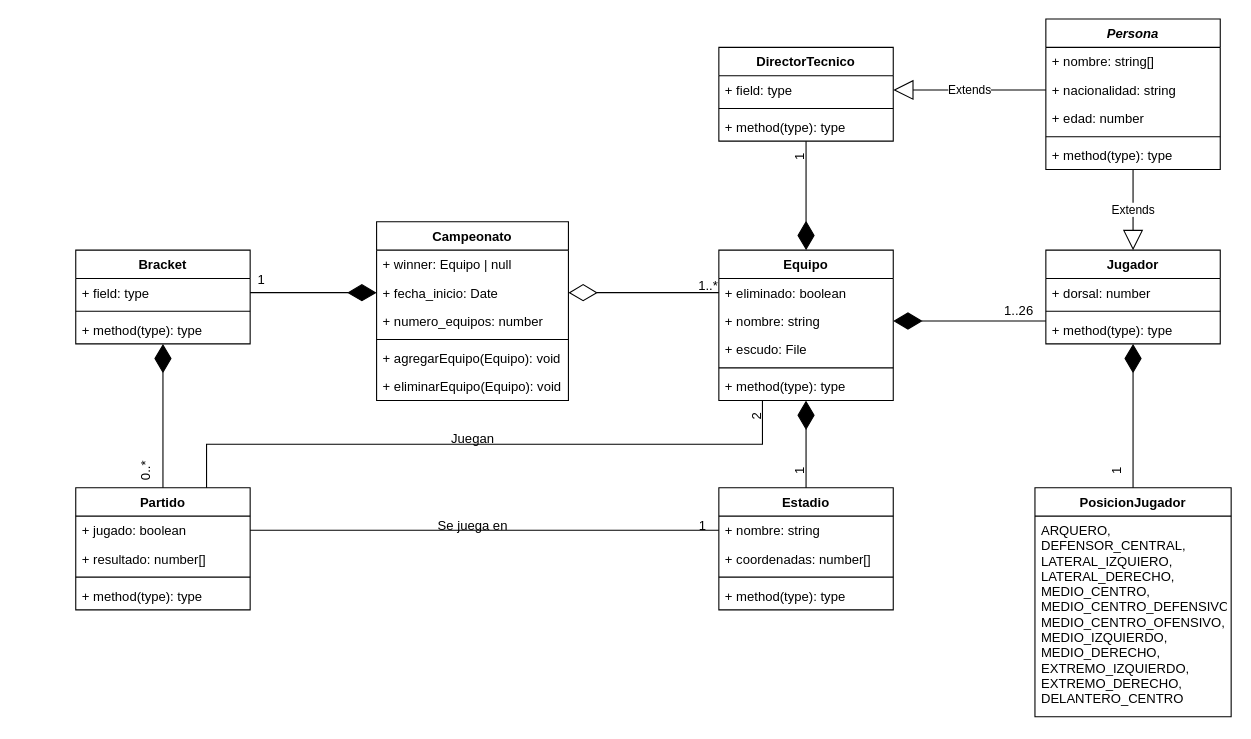
Above: doc/Sistema campeonato.drawio in joaquinmaier/campeonato-api (draw.io), before the change. Source tidied: cells renumbered, new cells numbered last; positions are measured from the earlier drawing's top-left corner, leaving out a move shared by most shapes. Both pictures are drawn from the tidied source at 109%, with x=0, y=0 at pixel (75, 19).
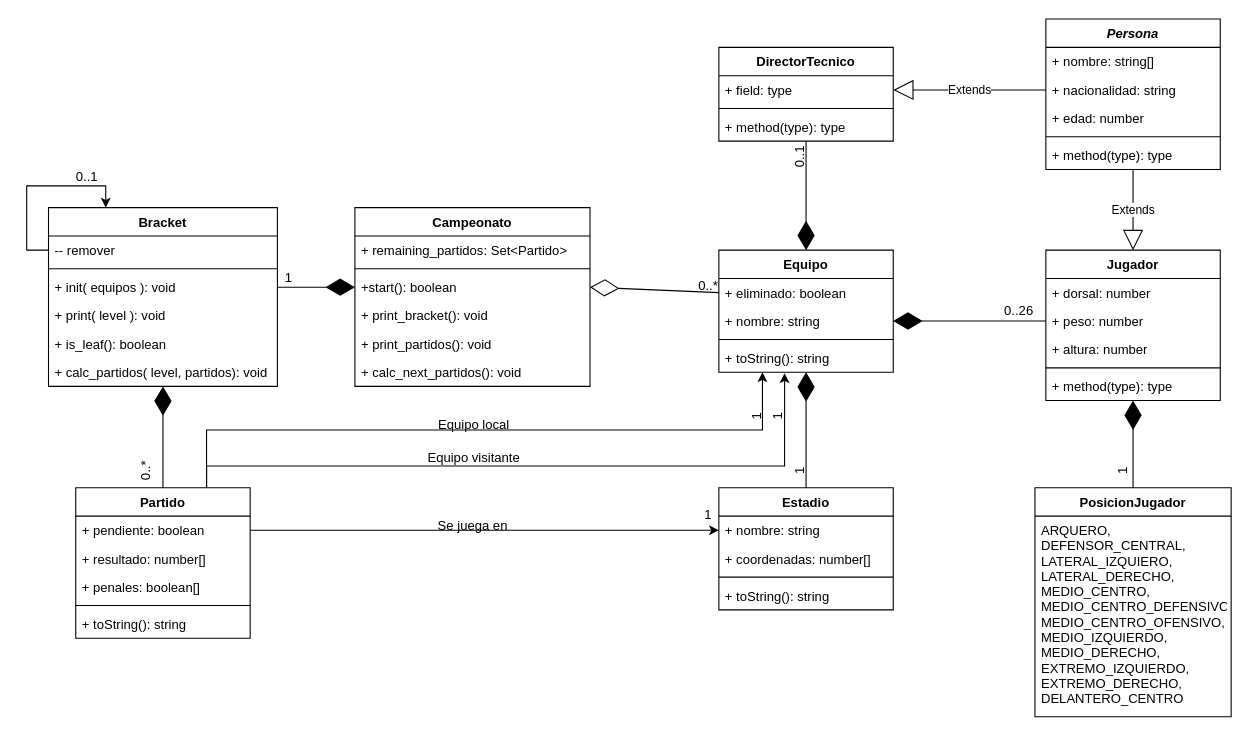
After the change.

Commit message (it also covers changes not shown here):
Campeonato IDs + improved UML

The change refers to these unchanged cells:
```xml
<mxCell id="10" value="+ eliminado: boolean" style="text;strokeColor=none;fillColor=none;align=left;verticalAlign=top;spacingLeft=4;spacingRight=4;overflow=hidden;points=[[0,0.5],[1,0.5]];portConstraint=eastwest;" parent="9" vertex="1">
  <mxGeometry y="26" width="160" height="26" as="geometry" />
</mxCell>
<mxCell id="44" value="Estadio" style="swimlane;fontStyle=1;align=center;verticalAlign=top;horizontal=1;startSize=26;" parent="1" vertex="1">
  <mxGeometry x="590" y="430" width="160" height="112" as="geometry" />
</mxCell>
<mxCell id="45" value="+ nombre: string" style="text;strokeColor=none;fillColor=none;align=left;verticalAlign=top;spacingLeft=4;spacingRight=4;overflow=hidden;points=[[0,0.5],[1,0.5]];portConstraint=eastwest;" parent="44" vertex="1">
  <mxGeometry y="26" width="160" height="26" as="geometry" />
</mxCell>
```

Diff of the diagram source:
```diff
@@
     <mxCell id="2" value="Campeonato" style="swimlane;fontStyle=1;align=center;verticalAlign=top;horizontal=1;startSize=26;" parent="1" vertex="1">
-      <mxGeometry x="276" y="186" width="176" height="164" as="geometry" />
+      <mxGeometry x="256.1" y="173" width="215.7" height="164" as="geometry" />
     </mxCell>
-    <mxCell id="3" value="+ winner: Equipo | null" style="text;strokeColor=none;fillColor=none;align=left;verticalAlign=top;spacingLeft=4;spacingRight=4;overflow=hidden;" parent="2" vertex="1">
-      <mxGeometry y="26" width="176" height="26" as="geometry" />
-    </mxCell>
-    <mxCell id="4" value="+ fecha_inicio: Date" style="text;strokeColor=none;fillColor=none;align=left;verticalAlign=top;spacingLeft=4;spacingRight=4;overflow=hidden;points=[[0,0.5],[1,0.5]];portConstraint=eastwest;" parent="2" vertex="1">
-      <mxGeometry y="52" width="176" height="26" as="geometry" />
-    </mxCell>
-    <mxCell id="5" value="+ numero_equipos: number" style="text;strokeColor=none;fillColor=none;align=left;verticalAlign=top;spacingLeft=4;spacingRight=4;overflow=hidden;" parent="2" vertex="1">
-      <mxGeometry y="78" width="176" height="26" as="geometry" />
+    <mxCell id="5" value="+ remaining_partidos: Set&lt;Partido&gt;" style="text;strokeColor=none;fillColor=none;align=left;verticalAlign=top;spacingLeft=4;spacingRight=4;overflow=hidden;" parent="2" vertex="1">
+      <mxGeometry y="26" width="215.7" height="26" as="geometry" />
     </mxCell>
     <mxCell id="6" style="line;strokeWidth=1;fillColor=none;align=left;verticalAlign=middle;spacingTop=-1;spacingLeft=3;spacingRight=3;labelPosition=right;strokeColor=inherit;" parent="2" vertex="1">
-      <mxGeometry y="104" width="176" height="8" as="geometry" />
+      <mxGeometry y="52" width="215.7" height="8" as="geometry" />
     </mxCell>
-    <mxCell id="7" value="+ agregarEquipo(Equipo): void" style="text;strokeColor=none;fillColor=none;align=left;verticalAlign=top;spacingLeft=4;spacingRight=4;overflow=hidden;points=[[0,0.5],[1,0.5]];portConstraint=eastwest;" parent="2" vertex="1">
-      <mxGeometry y="112" width="176" height="26" as="geometry" />
+    <mxCell id="7" value="+start(): boolean" style="text;strokeColor=none;fillColor=none;align=left;verticalAlign=top;spacingLeft=4;spacingRight=4;overflow=hidden;points=[[0,0.5],[1,0.5]];portConstraint=eastwest;" parent="2" vertex="1">
+      <mxGeometry y="60" width="215.7" height="26" as="geometry" />
     </mxCell>
-    <mxCell id="8" value="+ eliminarEquipo(Equipo): void" style="text;strokeColor=none;fillColor=none;align=left;verticalAlign=top;spacingLeft=4;spacingRight=4;overflow=hidden;" parent="2" vertex="1">
-      <mxGeometry y="138" width="176" height="26" as="geometry" />
+    <mxCell id="8" value="+ print_bracket(): void" style="text;strokeColor=none;fillColor=none;align=left;verticalAlign=top;spacingLeft=4;spacingRight=4;overflow=hidden;" parent="2" vertex="1">
+      <mxGeometry y="86" width="215.7" height="26" as="geometry" />
     </mxCell>
+    <mxCell id="67" value="+ print_partidos(): void" style="text;strokeColor=none;fillColor=none;align=left;verticalAlign=top;spacingLeft=4;spacingRight=4;overflow=hidden;" parent="2" vertex="1">
+      <mxGeometry y="112" width="215.7" height="26" as="geometry" />
+    </mxCell>
+    <mxCell id="68" value="+ calc_next_partidos(): void" style="text;strokeColor=none;fillColor=none;align=left;verticalAlign=top;spacingLeft=4;spacingRight=4;overflow=hidden;" parent="2" vertex="1">
+      <mxGeometry y="138" width="215.7" height="26" as="geometry" />
+    </mxCell>
     <mxCell id="9" value="Equipo" style="swimlane;fontStyle=1;align=center;verticalAlign=top;horizontal=1;startSize=26;" parent="1" vertex="1">
-      <mxGeometry x="590" y="212" width="160" height="138" as="geometry" />
+      <mxGeometry x="590" y="212" width="160" height="112" as="geometry" />
     </mxCell>
@@
-    <mxCell id="12" value="+ escudo: File" style="text;strokeColor=none;fillColor=none;align=left;verticalAlign=top;spacingLeft=4;spacingRight=4;overflow=hidden;" parent="9" vertex="1">
-      <mxGeometry y="78" width="160" height="26" as="geometry" />
-    </mxCell>
     <mxCell id="13" style="line;strokeWidth=1;fillColor=none;align=left;verticalAlign=middle;spacingTop=-1;spacingLeft=3;spacingRight=3;labelPosition=right;strokeColor=inherit;" parent="9" vertex="1">
-      <mxGeometry y="104" width="160" height="8" as="geometry" />
+      <mxGeometry y="78" width="160" height="8" as="geometry" />
     </mxCell>
-    <mxCell id="14" value="+ method(type): type" style="text;strokeColor=none;fillColor=none;align=left;verticalAlign=top;spacingLeft=4;spacingRight=4;overflow=hidden;points=[[0,0.5],[1,0.5]];portConstraint=eastwest;" parent="9" vertex="1">
-      <mxGeometry y="112" width="160" height="26" as="geometry" />
+    <mxCell id="14" value="+ toString(): string" style="text;strokeColor=none;fillColor=none;align=left;verticalAlign=top;spacingLeft=4;spacingRight=4;overflow=hidden;points=[[0,0.5],[1,0.5]];portConstraint=eastwest;" parent="9" vertex="1">
+      <mxGeometry y="86" width="160" height="26" as="geometry" />
     </mxCell>
-    <mxCell id="15" style="endArrow=diamondThin;endFill=0;endSize=24;html=1;rounded=0;exitX=0;exitY=0.5;exitDx=0;exitDy=0;entryX=1;entryY=0.5;entryDx=0;entryDy=0;" parent="1" edge="1" source="10" target="4">
+    <mxCell id="15" style="endArrow=diamondThin;endFill=0;endSize=24;html=1;rounded=0;exitX=0;exitY=0.5;exitDx=0;exitDy=0;entryX=1;entryY=0.5;entryDx=0;entryDy=0;" parent="1" edge="1" source="10" target="7">
       <mxGeometry relative="1" as="geometry" />
     </mxCell>
-    <mxCell id="16" value="1..*" style="text;html=1;align=center;verticalAlign=middle;strokeColor=none;fillColor=none;" parent="1" vertex="1">
+    <mxCell id="16" value="0..*" style="text;html=1;align=center;verticalAlign=middle;strokeColor=none;fillColor=none;" parent="1" vertex="1">
       <mxGeometry x="560" y="230" width="40" height="30" as="geometry" />
     </mxCell>
     <mxCell id="17" value="Jugador" style="swimlane;fontStyle=1;align=center;verticalAlign=top;horizontal=1;startSize=26;" parent="1" vertex="1">
-      <mxGeometry x="890" y="212" width="160" height="86" as="geometry" />
+      <mxGeometry x="890" y="212" width="160" height="138" as="geometry" />
     </mxCell>
@@
+    <mxCell id="69" value="+ peso: number" style="text;strokeColor=none;fillColor=none;align=left;verticalAlign=top;spacingLeft=4;spacingRight=4;overflow=hidden;" parent="17" vertex="1">
+      <mxGeometry y="52" width="160" height="26" as="geometry" />
+    </mxCell>
+    <mxCell id="70" value="+ altura: number" style="text;strokeColor=none;fillColor=none;align=left;verticalAlign=top;spacingLeft=4;spacingRight=4;overflow=hidden;" parent="17" vertex="1">
+      <mxGeometry y="78" width="160" height="26" as="geometry" />
+    </mxCell>
     <mxCell id="19" style="line;strokeWidth=1;fillColor=none;align=left;verticalAlign=middle;spacingTop=-1;spacingLeft=3;spacingRight=3;labelPosition=right;strokeColor=inherit;" parent="17" vertex="1">
-      <mxGeometry y="52" width="160" height="8" as="geometry" />
+      <mxGeometry y="104" width="160" height="8" as="geometry" />
     </mxCell>
     <mxCell id="20" value="+ method(type): type" style="text;strokeColor=none;fillColor=none;align=left;verticalAlign=top;spacingLeft=4;spacingRight=4;overflow=hidden;" parent="17" vertex="1">
-      <mxGeometry y="60" width="160" height="26" as="geometry" />
+      <mxGeometry y="112" width="160" height="26" as="geometry" />
     </mxCell>
@@
-    <mxCell id="22" value="1..26" style="text;html=1;align=center;verticalAlign=middle;strokeColor=none;fillColor=none;" parent="1" vertex="1">
+    <mxCell id="22" value="0..26" style="text;html=1;align=center;verticalAlign=middle;strokeColor=none;fillColor=none;" parent="1" vertex="1">
       <mxGeometry x="840" y="253" width="50" height="30" as="geometry" />
     </mxCell>
@@
-    <mxCell id="39" value="1" style="text;html=1;align=center;verticalAlign=middle;strokeColor=none;fillColor=none;rotation=270;" parent="1" vertex="1">
-      <mxGeometry x="650" y="112" width="30" height="30" as="geometry" />
+    <mxCell id="39" value="0..1" style="text;html=1;align=center;verticalAlign=middle;strokeColor=none;fillColor=none;rotation=270;" parent="1" vertex="1">
+      <mxGeometry x="645" y="112" width="40" height="30" as="geometry" />
     </mxCell>
     <mxCell id="40" value="Bracket" style="swimlane;fontStyle=1;align=center;verticalAlign=top;horizontal=1;startSize=26;" parent="1" vertex="1">
-      <mxGeometry y="212" width="160" height="86" as="geometry" />
+      <mxGeometry x="-25" y="173" width="210" height="164" as="geometry" />
     </mxCell>
+    <mxCell id="71" style="edgeStyle=orthogonalEdgeStyle;rounded=0;jettySize=auto;html=1;exitX=0;exitY=0.5;exitDx=0;exitDy=0;entryX=0.25;entryY=0;entryDx=0;entryDy=0;" parent="40" edge="1" source="41" target="40">
+      <mxGeometry relative="1" as="geometry">
+        <Array as="points">
+          <mxPoint x="-20" y="39" />
+          <mxPoint x="-20" y="-20" />
+          <mxPoint x="53" y="-20" />
+        </Array>
+      </mxGeometry>
+    </mxCell>
-    <mxCell id="41" value="+ field: type" style="text;strokeColor=none;fillColor=none;align=left;verticalAlign=top;spacingLeft=4;spacingRight=4;overflow=hidden;points=[[0,0.5],[1,0.5]];portConstraint=eastwest;" parent="40" vertex="1">
-      <mxGeometry y="26" width="160" height="26" as="geometry" />
+    <mxCell id="41" value="-- remover" style="text;strokeColor=none;fillColor=none;align=left;verticalAlign=top;spacingLeft=4;spacingRight=4;overflow=hidden;points=[[0,0.5],[1,0.5]];portConstraint=eastwest;" parent="40" vertex="1">
+      <mxGeometry y="26" width="210" height="26" as="geometry" />
     </mxCell>
     <mxCell id="42" style="line;strokeWidth=1;fillColor=none;align=left;verticalAlign=middle;spacingTop=-1;spacingLeft=3;spacingRight=3;labelPosition=right;strokeColor=inherit;" parent="40" vertex="1">
-      <mxGeometry y="52" width="160" height="8" as="geometry" />
+      <mxGeometry y="52" width="210" height="8" as="geometry" />
     </mxCell>
-    <mxCell id="43" value="+ method(type): type" style="text;strokeColor=none;fillColor=none;align=left;verticalAlign=top;spacingLeft=4;spacingRight=4;overflow=hidden;points=[[0,0.5],[1,0.5]];portConstraint=eastwest;" parent="40" vertex="1">
-      <mxGeometry y="60" width="160" height="26" as="geometry" />
+    <mxCell id="43" value="+ init( equipos ): void" style="text;strokeColor=none;fillColor=none;align=left;verticalAlign=top;spacingLeft=4;spacingRight=4;overflow=hidden;points=[[0,0.5],[1,0.5]];portConstraint=eastwest;" parent="40" vertex="1">
+      <mxGeometry y="60" width="210" height="26" as="geometry" />
     </mxCell>
+    <mxCell id="72" value="+ print( level ): void" style="text;strokeColor=none;fillColor=none;align=left;verticalAlign=top;spacingLeft=4;spacingRight=4;overflow=hidden;" parent="40" vertex="1">
+      <mxGeometry y="86" width="210" height="26" as="geometry" />
+    </mxCell>
+    <mxCell id="73" value="+ is_leaf(): boolean" style="text;strokeColor=none;fillColor=none;align=left;verticalAlign=top;spacingLeft=4;spacingRight=4;overflow=hidden;" parent="40" vertex="1">
+      <mxGeometry y="112" width="210" height="26" as="geometry" />
+    </mxCell>
+    <mxCell id="74" value="+ calc_partidos( level, partidos): void" style="text;strokeColor=none;fillColor=none;align=left;verticalAlign=top;spacingLeft=4;spacingRight=4;overflow=hidden;" parent="40" vertex="1">
+      <mxGeometry y="138" width="210" height="26" as="geometry" />
+    </mxCell>
@@
-    <mxCell id="48" value="+ method(type): type" style="text;strokeColor=none;fillColor=none;align=left;verticalAlign=top;spacingLeft=4;spacingRight=4;overflow=hidden;" parent="44" vertex="1">
+    <mxCell id="48" value="+ toString(): string" style="text;strokeColor=none;fillColor=none;align=left;verticalAlign=top;spacingLeft=4;spacingRight=4;overflow=hidden;" parent="44" vertex="1">
       <mxGeometry y="86" width="160" height="26" as="geometry" />
     </mxCell>
@@
+    <mxCell id="57" style="edgeStyle=orthogonalEdgeStyle;rounded=0;jettySize=auto;html=1;exitX=0.75;exitY=0;exitDx=0;exitDy=0;entryX=0.25;entryY=1;entryDx=0;entryDy=0;" parent="1" edge="1" source="51" target="9">
+      <mxGeometry relative="1" as="geometry" />
+    </mxCell>
+    <mxCell id="75" style="edgeStyle=orthogonalEdgeStyle;rounded=0;jettySize=auto;html=1;exitX=0.75;exitY=0;exitDx=0;exitDy=0;entryX=0.377;entryY=1.036;entryDx=0;entryDy=0;entryPerimeter=0;" parent="1" edge="1" source="51" target="14">
+      <mxGeometry relative="1" as="geometry">
+        <Array as="points">
+          <mxPoint x="120" y="410" />
+          <mxPoint x="650" y="410" />
+        </Array>
+      </mxGeometry>
+    </mxCell>
     <mxCell id="51" value="Partido" style="swimlane;fontStyle=1;align=center;verticalAlign=top;horizontal=1;startSize=26;" parent="1" vertex="1">
-      <mxGeometry y="430" width="160" height="112" as="geometry" />
+      <mxGeometry y="430" width="160" height="138" as="geometry" />
     </mxCell>
-    <mxCell id="52" value="+ jugado: boolean" style="text;strokeColor=none;fillColor=none;align=left;verticalAlign=top;spacingLeft=4;spacingRight=4;overflow=hidden;points=[[0,0.5],[1,0.5]];portConstraint=eastwest;" parent="51" vertex="1">
+    <mxCell id="52" value="+ pendiente: boolean" style="text;strokeColor=none;fillColor=none;align=left;verticalAlign=top;spacingLeft=4;spacingRight=4;overflow=hidden;points=[[0,0.5],[1,0.5]];portConstraint=eastwest;" parent="51" vertex="1">
       <mxGeometry y="26" width="160" height="26" as="geometry" />
     </mxCell>
@@
+    <mxCell id="76" value="+ penales: boolean[]" style="text;strokeColor=none;fillColor=none;align=left;verticalAlign=top;spacingLeft=4;spacingRight=4;overflow=hidden;" parent="51" vertex="1">
+      <mxGeometry y="78" width="160" height="26" as="geometry" />
+    </mxCell>
     <mxCell id="54" style="line;strokeWidth=1;fillColor=none;align=left;verticalAlign=middle;spacingTop=-1;spacingLeft=3;spacingRight=3;labelPosition=right;strokeColor=inherit;" parent="51" vertex="1">
-      <mxGeometry y="78" width="160" height="8" as="geometry" />
+      <mxGeometry y="104" width="160" height="8" as="geometry" />
     </mxCell>
-    <mxCell id="55" value="+ method(type): type" style="text;strokeColor=none;fillColor=none;align=left;verticalAlign=top;spacingLeft=4;spacingRight=4;overflow=hidden;" parent="51" vertex="1">
-      <mxGeometry y="86" width="160" height="26" as="geometry" />
+    <mxCell id="55" value="+ toString(): string" style="text;strokeColor=none;fillColor=none;align=left;verticalAlign=top;spacingLeft=4;spacingRight=4;overflow=hidden;" parent="51" vertex="1">
+      <mxGeometry y="112" width="160" height="26" as="geometry" />
     </mxCell>
-    <mxCell id="56" style="endArrow=diamondThin;endFill=1;endSize=24;html=1;rounded=0;exitX=1;exitY=0.5;exitDx=0;exitDy=0;entryX=0;entryY=0.5;entryDx=0;entryDy=0;" parent="1" edge="1" source="41" target="4">
-      <mxGeometry relative="1" as="geometry" />
-    </mxCell>
-    <mxCell id="57" style="endArrow=none;html=1;edgeStyle=orthogonalEdgeStyle;rounded=0;exitX=0.75;exitY=0;exitDx=0;exitDy=0;entryX=0.25;entryY=1;entryDx=0;entryDy=0;" parent="1" edge="1" source="51" target="9">
-      <mxGeometry relative="1" as="geometry" />
-    </mxCell>
-    <mxCell id="58" value="Juegan" style="text;html=1;align=center;verticalAlign=middle;strokeColor=none;fillColor=none;" parent="1" vertex="1">
-      <mxGeometry x="334" y="370" width="60" height="30" as="geometry" />
+    <mxCell id="58" value="Equipo local" style="text;html=1;align=center;verticalAlign=middle;strokeColor=none;fillColor=none;" parent="1" vertex="1">
+      <mxGeometry x="320" y="358" width="90" height="30" as="geometry" />
     </mxCell>
-    <mxCell id="59" value="2" style="text;html=1;align=center;verticalAlign=middle;strokeColor=none;fillColor=none;rotation=-90;" parent="1" vertex="1">
+    <mxCell id="59" value="1" style="text;html=1;align=center;verticalAlign=middle;strokeColor=none;fillColor=none;rotation=-90;" parent="1" vertex="1">
       <mxGeometry x="610" y="350" width="30" height="30" as="geometry" />
     </mxCell>
-    <mxCell id="60" style="endArrow=none;html=1;edgeStyle=orthogonalEdgeStyle;rounded=0;exitX=1;exitY=0.5;exitDx=0;exitDy=0;entryX=0;entryY=0.5;entryDx=0;entryDy=0;" parent="1" edge="1" source="52" target="45">
-      <mxGeometry relative="1" as="geometry" />
-    </mxCell>
@@
     <mxCell id="62" value="1" style="text;html=1;align=center;verticalAlign=middle;strokeColor=none;fillColor=none;" parent="1" vertex="1">
-      <mxGeometry x="560" y="450" width="30" height="30" as="geometry" />
+      <mxGeometry x="565" y="440" width="30" height="30" as="geometry" />
     </mxCell>
@@
     <mxCell id="65" value="1" style="text;html=1;align=center;verticalAlign=middle;strokeColor=none;fillColor=none;rotation=-90;" parent="1" vertex="1">
-      <mxGeometry x="940" y="400" width="30" height="30" as="geometry" />
+      <mxGeometry x="946" y="400" width="30" height="30" as="geometry" />
     </mxCell>
     <mxCell id="66" value="1" style="text;html=1;align=center;verticalAlign=middle;strokeColor=none;fillColor=none;" parent="1" vertex="1">
-      <mxGeometry x="155" y="225" width="30" height="30" as="geometry" />
+      <mxGeometry x="180" y="223" width="30" height="30" as="geometry" />
     </mxCell>
+    <mxCell id="77" style="endArrow=diamondThin;endFill=1;endSize=24;html=1;rounded=0;exitX=1;exitY=0.5;exitDx=0;exitDy=0;entryX=0;entryY=0.5;entryDx=0;entryDy=0;" parent="1" edge="1" source="43" target="7">
+      <mxGeometry relative="1" as="geometry" />
+    </mxCell>
+    <mxCell id="78" value="0..1" style="text;html=1;align=center;verticalAlign=middle;strokeColor=none;fillColor=none;" parent="1" vertex="1">
+      <mxGeometry x="-10" y="130" width="40" height="30" as="geometry" />
+    </mxCell>
+    <mxCell id="60" style="edgeStyle=orthogonalEdgeStyle;rounded=0;jettySize=auto;html=1;exitX=1;exitY=0.5;exitDx=0;exitDy=0;entryX=0;entryY=0.5;entryDx=0;entryDy=0;" parent="1" edge="1" source="52" target="45">
+      <mxGeometry relative="1" as="geometry" />
+    </mxCell>
+    <mxCell id="79" value="1" style="text;html=1;align=center;verticalAlign=middle;strokeColor=none;fillColor=none;rotation=-90;" parent="1" vertex="1">
+      <mxGeometry x="629" y="350" width="30" height="30" as="geometry" />
+    </mxCell>
+    <mxCell id="80" value="Equipo visitante" style="text;html=1;align=center;verticalAlign=middle;strokeColor=none;fillColor=none;" parent="1" vertex="1">
+      <mxGeometry x="310" y="388" width="110" height="30" as="geometry" />
+    </mxCell>
```
